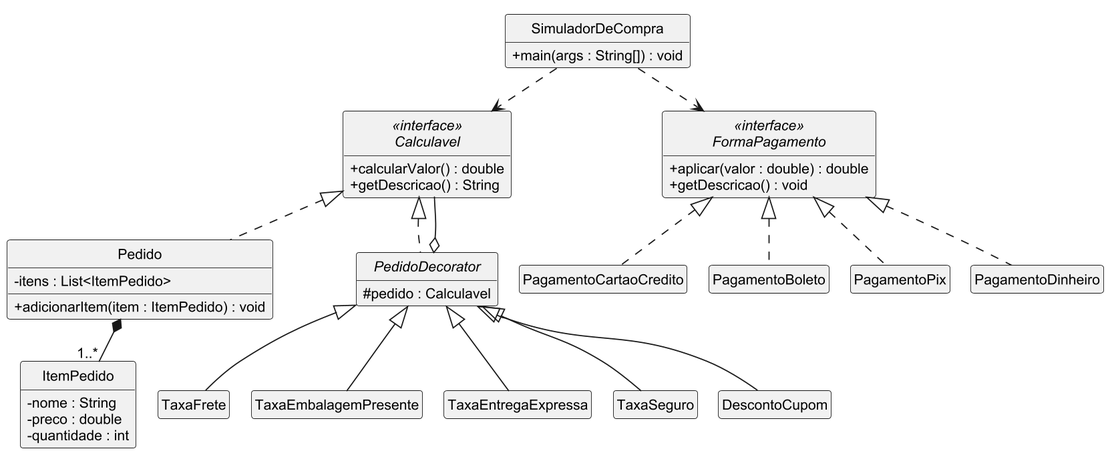
vitorncordeiro/TechStore keeps this PlantUML diagram as diagrama_uml.png. Above is the earlier version.
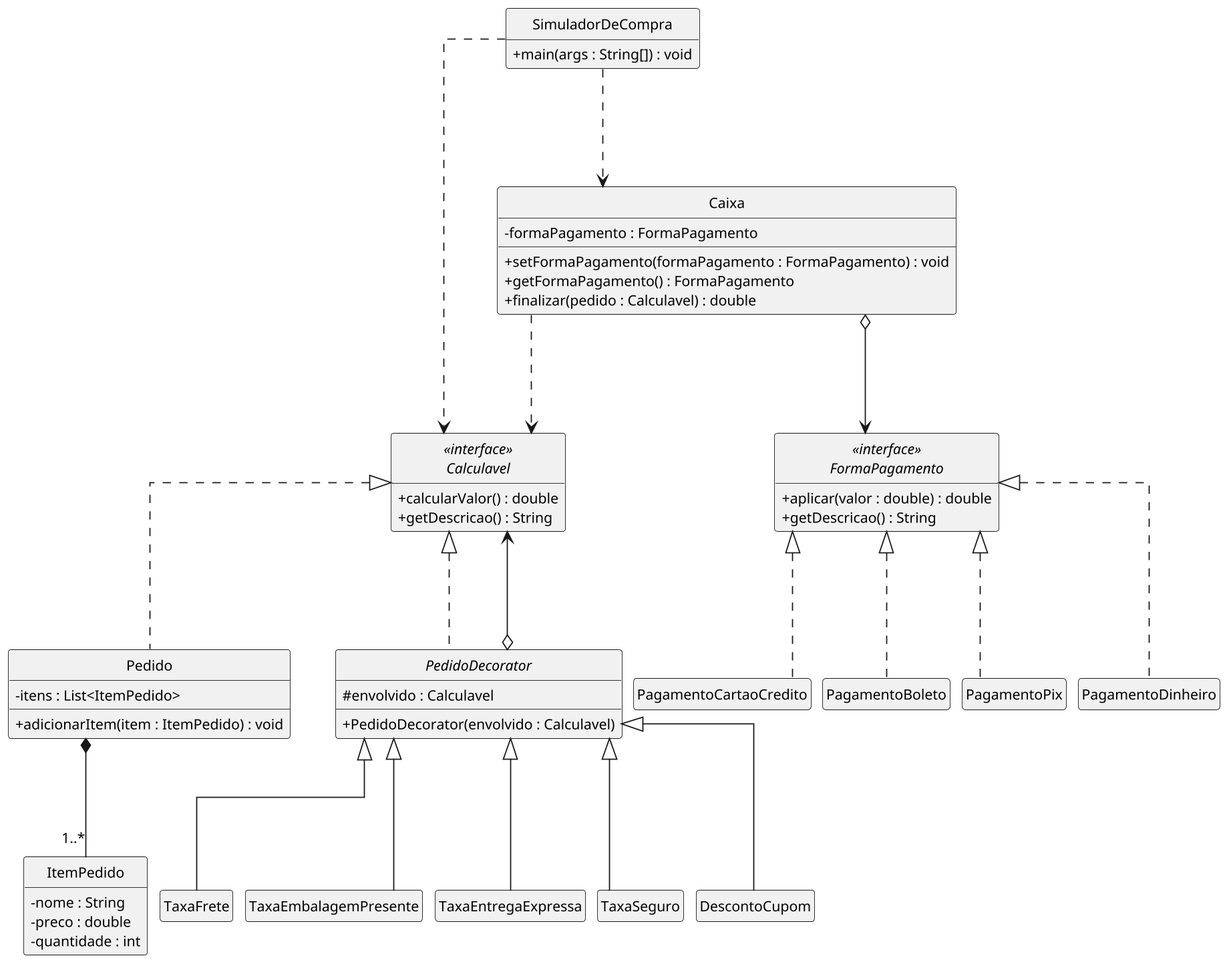
After the commit.

The edit, as a diff of the source:
```diff
@@ -1,11 +1,13 @@
 @startuml TechStore
-!pragma layout smetana
 skinparam dpi 170
 skinparam monochrome true
 skinparam shadowing false
 skinparam classAttributeIconSize 0
 skinparam defaultFontName Arial
 skinparam defaultFontSize 12
+skinparam linetype ortho
+skinparam nodesep 10
+skinparam ranksep 100
 hide circle
 hide empty members
 
@@ -30,7 +32,8 @@
 }
 
 abstract class PedidoDecorator {
-  # pedido : Calculavel
+  # envolvido : Calculavel
+  + PedidoDecorator(envolvido : Calculavel)
 }
 
 class TaxaFrete
@@ -39,9 +42,16 @@
 class TaxaSeguro
 class DescontoCupom
 
+class Caixa {
+  - formaPagamento : FormaPagamento
+  + setFormaPagamento(formaPagamento : FormaPagamento) : void
+  + getFormaPagamento() : FormaPagamento
+  + finalizar(pedido : Calculavel) : double
+}
+
 interface FormaPagamento <<interface>> {
   + aplicar(valor : double) : double
-  + getDescricao() : void
+  + getDescricao() : String
 }
 
 class PagamentoCartaoCredito
@@ -49,9 +59,12 @@
 class PagamentoPix
 class PagamentoDinheiro
 
+SimuladorDeCompra ..> Calculavel
+SimuladorDeCompra ..> Caixa
+
 Calculavel <|.. Pedido
 Calculavel <|.. PedidoDecorator
-PedidoDecorator o-- Calculavel
+PedidoDecorator o--> Calculavel
 Pedido *-- "1..*" ItemPedido
 
 PedidoDecorator <|-- TaxaFrete
@@ -60,11 +73,11 @@
 PedidoDecorator <|-- TaxaSeguro
 PedidoDecorator <|-- DescontoCupom
 
+Caixa ..> Calculavel
+Caixa o--> FormaPagamento
+
 FormaPagamento <|.. PagamentoCartaoCredito
 FormaPagamento <|.. PagamentoBoleto
 FormaPagamento <|.. PagamentoPix
 FormaPagamento <|.. PagamentoDinheiro
-
-SimuladorDeCompra ..> Calculavel
-SimuladorDeCompra ..> FormaPagamento
 @enduml
```
